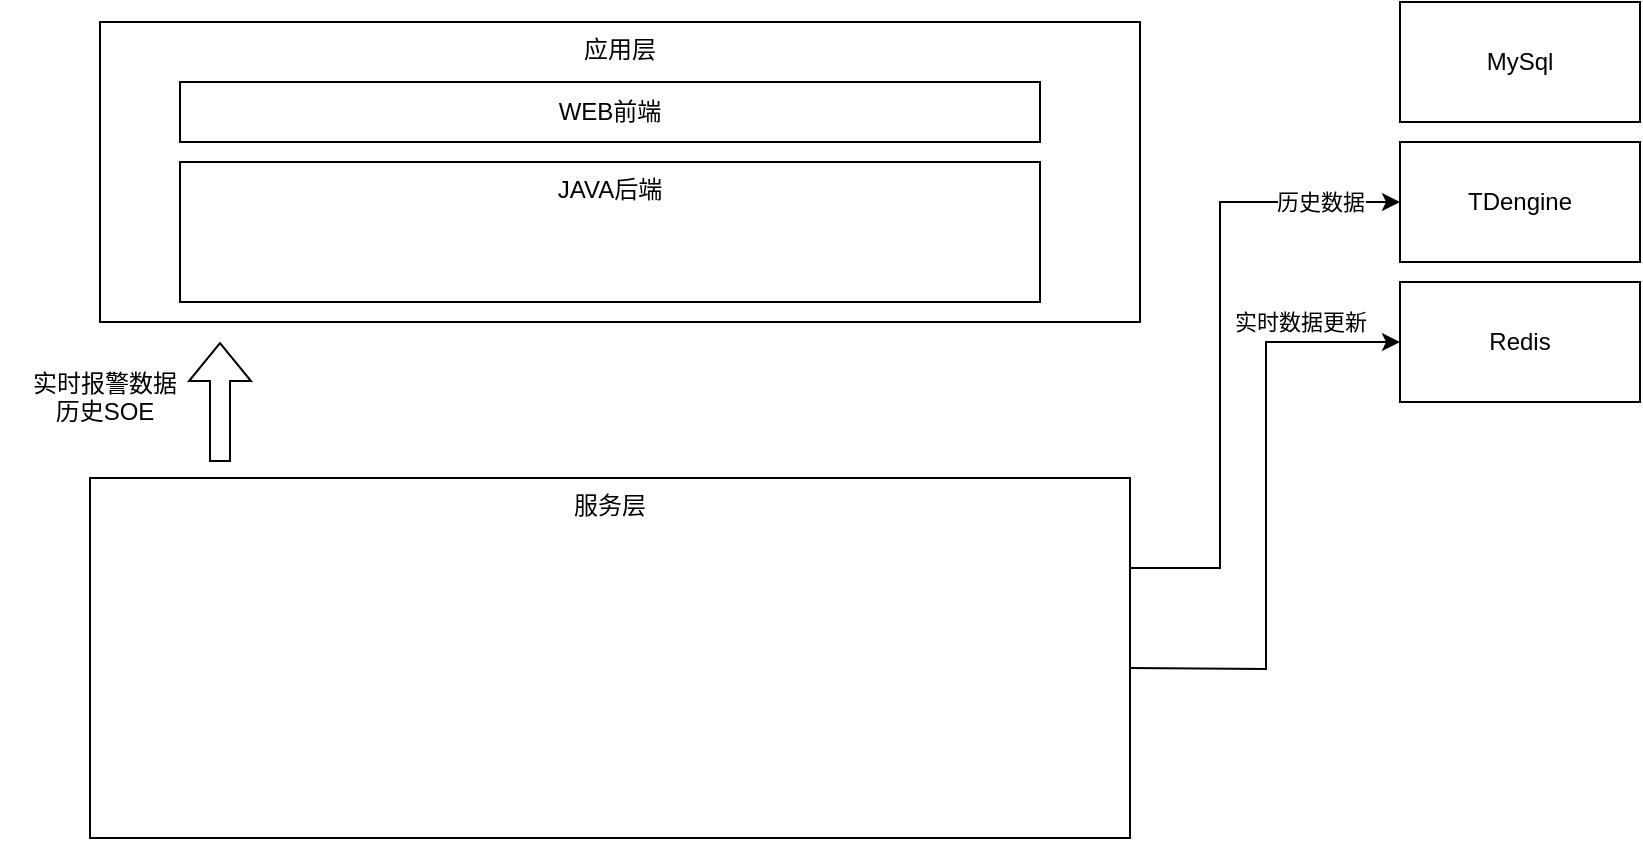
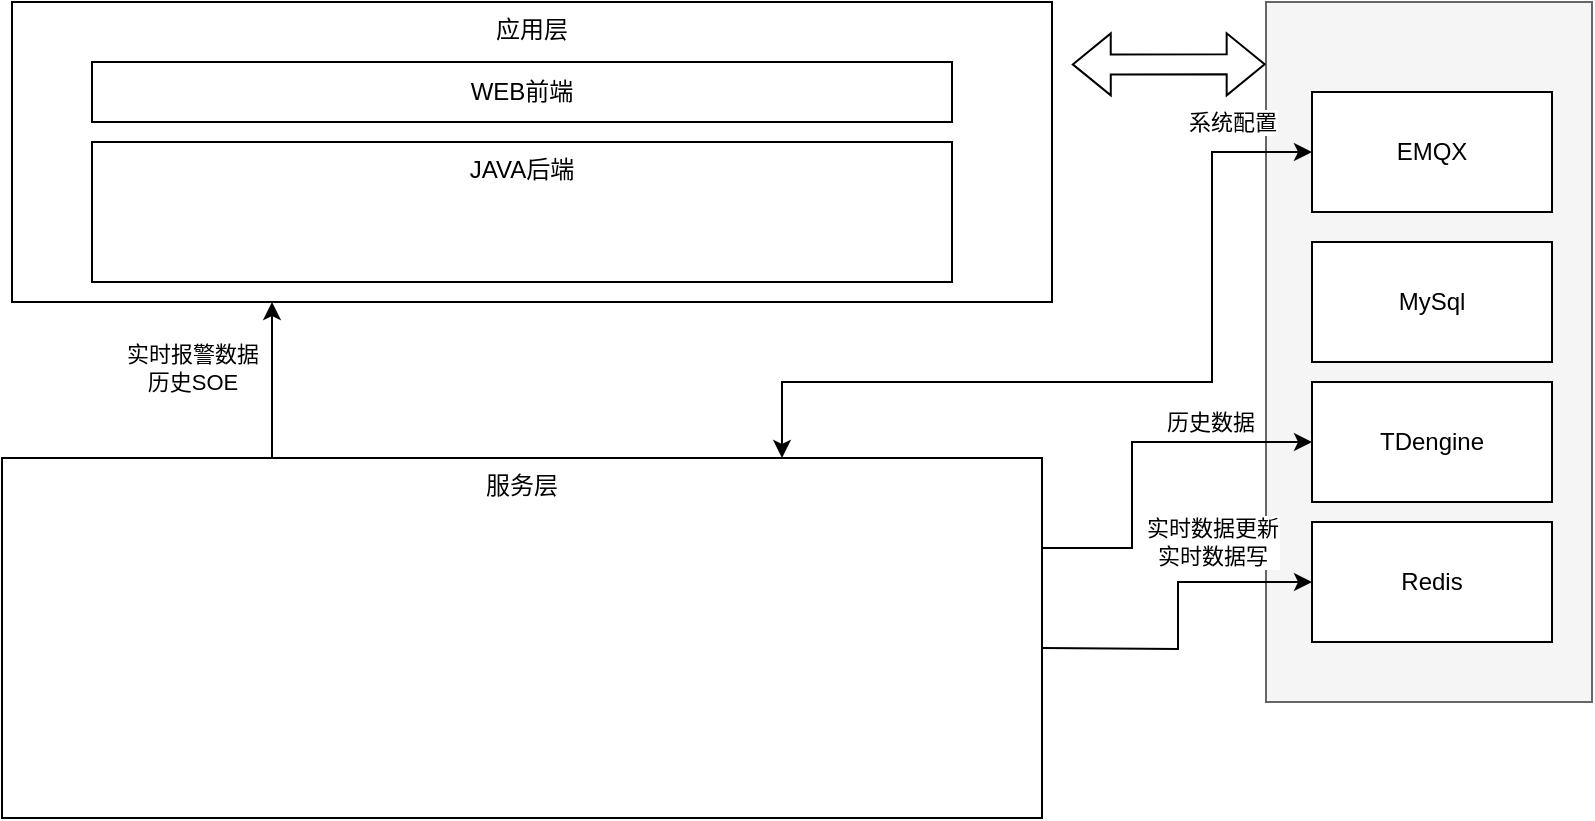
<mxfile host="app.diagrams.net">
  <diagram name="第 1 页" id="pox43T1xOEXjTd9FCBCb">
    <mxGraphModel dx="1030" dy="571" grid="1" gridSize="10" guides="1" tooltips="1" connect="1" arrows="1" fold="1" page="1" pageScale="1" pageWidth="827" pageHeight="1169" math="0" shadow="0">
      <root>
        <mxCell id="0" />
        <mxCell id="1" parent="0" />
+         <mxCell id="xMZXzjuvX-VrFNcZFtR1-13" parent="1" style="rounded=0;whiteSpace=wrap;html=1;fillColor=#f5f5f5;fontColor=#333333;strokeColor=#666666;" value="" vertex="1">
+           <mxGeometry height="350" width="163" x="648" y="110" as="geometry" />
+         </mxCell>
        <mxCell id="rKJJU_Trjp2D-k5HkyLU-1" parent="1" style="rounded=0;whiteSpace=wrap;html=1;verticalAlign=top;" value="应用层" vertex="1">
-           <mxGeometry height="150" width="520" x="80" y="140" as="geometry" />
+           <mxGeometry height="150" width="520" x="21" y="110" as="geometry" />
        </mxCell>
        <mxCell id="rKJJU_Trjp2D-k5HkyLU-2" parent="1" style="rounded=0;whiteSpace=wrap;html=1;" value="WEB前端" vertex="1">
-           <mxGeometry height="30" width="430" x="120" y="170" as="geometry" />
+           <mxGeometry height="30" width="430" x="61" y="140" as="geometry" />
        </mxCell>
        <mxCell id="rKJJU_Trjp2D-k5HkyLU-4" parent="1" style="rounded=0;whiteSpace=wrap;html=1;verticalAlign=top;" value="JAVA后端" vertex="1">
-           <mxGeometry height="70" width="430" x="120" y="210" as="geometry" />
+           <mxGeometry height="70" width="430" x="61" y="180" as="geometry" />
        </mxCell>
        <mxCell id="xMZXzjuvX-VrFNcZFtR1-2" edge="1" parent="1" style="edgeStyle=orthogonalEdgeStyle;rounded=0;orthogonalLoop=1;jettySize=auto;html=1;exitX=1;exitY=0.25;exitDx=0;exitDy=0;entryX=0;entryY=0.5;entryDx=0;entryDy=0;" target="rKJJU_Trjp2D-k5HkyLU-8">
          <mxGeometry relative="1" as="geometry">
-             <mxPoint x="595" y="463" as="sourcePoint" />
-             <mxPoint x="730" y="350" as="targetPoint" />
+             <mxPoint x="536" y="433" as="sourcePoint" />
+             <mxPoint x="671" y="320" as="targetPoint" />
          </mxGeometry>
        </mxCell>
-         <mxCell id="xMZXzjuvX-VrFNcZFtR1-3" connectable="0" parent="xMZXzjuvX-VrFNcZFtR1-2" style="edgeLabel;html=1;align=center;verticalAlign=middle;resizable=0;points=[];" value="实时数据更新" vertex="1">
+         <mxCell id="xMZXzjuvX-VrFNcZFtR1-3" connectable="0" parent="xMZXzjuvX-VrFNcZFtR1-2" style="edgeLabel;html=1;align=center;verticalAlign=middle;resizable=0;points=[];" value="&lt;div&gt;实时数据更新&lt;/div&gt;&lt;div&gt;实时数据写&lt;/div&gt;" vertex="1">
          <mxGeometry relative="1" x="0.1073" as="geometry">
-             <mxPoint x="17" y="-76" as="offset" />
+             <mxPoint x="17" y="-28" as="offset" />
          </mxGeometry>
        </mxCell>
        <mxCell id="rKJJU_Trjp2D-k5HkyLU-5" parent="1" style="rounded=0;whiteSpace=wrap;html=1;verticalAlign=top;" value="服务层" vertex="1">
-           <mxGeometry height="180" width="520" x="75" y="368" as="geometry" />
+           <mxGeometry height="180" width="520" x="16" y="338" as="geometry" />
        </mxCell>
        <mxCell id="rKJJU_Trjp2D-k5HkyLU-6" parent="1" style="rounded=0;whiteSpace=wrap;html=1;" value="MySql" vertex="1">
-           <mxGeometry height="60" width="120" x="730" y="130" as="geometry" />
+           <mxGeometry height="60" width="120" x="671" y="230" as="geometry" />
        </mxCell>
        <mxCell id="rKJJU_Trjp2D-k5HkyLU-7" parent="1" style="rounded=0;whiteSpace=wrap;html=1;" value="TDengine" vertex="1">
-           <mxGeometry height="60" width="120" x="730" y="200" as="geometry" />
+           <mxGeometry height="60" width="120" x="671" y="300" as="geometry" />
        </mxCell>
        <mxCell id="rKJJU_Trjp2D-k5HkyLU-8" parent="1" style="rounded=0;whiteSpace=wrap;html=1;" value="Redis" vertex="1">
-           <mxGeometry height="60" width="120" x="730" y="270" as="geometry" />
-         </mxCell>
-         <mxCell id="rKJJU_Trjp2D-k5HkyLU-9" edge="1" parent="1" style="shape=flexArrow;endArrow=classic;html=1;rounded=0;" value="">
-           <mxGeometry height="50" relative="1" width="50" as="geometry">
-             <mxPoint x="140" y="360" as="sourcePoint" />
-             <mxPoint x="140" y="300" as="targetPoint" />
-           </mxGeometry>
-         </mxCell>
-         <mxCell id="rKJJU_Trjp2D-k5HkyLU-10" parent="1" style="text;html=1;whiteSpace=wrap;strokeColor=none;fillColor=none;align=center;verticalAlign=middle;rounded=0;" value="&lt;div&gt;实时报警数据&lt;/div&gt;&lt;div&gt;历史SOE&lt;/div&gt;&lt;div&gt;&lt;br&gt;&lt;/div&gt;" vertex="1">
-           <mxGeometry height="30" width="105" x="30" y="320" as="geometry" />
+           <mxGeometry height="60" width="120" x="671" y="370" as="geometry" />
        </mxCell>
        <mxCell id="xMZXzjuvX-VrFNcZFtR1-4" edge="1" parent="1" source="rKJJU_Trjp2D-k5HkyLU-5" style="edgeStyle=orthogonalEdgeStyle;rounded=0;orthogonalLoop=1;jettySize=auto;html=1;exitX=1;exitY=0.25;exitDx=0;exitDy=0;entryX=0;entryY=0.5;entryDx=0;entryDy=0;" target="rKJJU_Trjp2D-k5HkyLU-7">
          <mxGeometry relative="1" as="geometry">
            <Array as="points">
-               <mxPoint x="640" y="413" />
-               <mxPoint x="640" y="230" />
+               <mxPoint x="581" y="383" />
+               <mxPoint x="581" y="330" />
            </Array>
-             <mxPoint x="700" y="593" as="sourcePoint" />
-             <mxPoint x="835" y="430" as="targetPoint" />
+             <mxPoint x="641" y="563" as="sourcePoint" />
+             <mxPoint x="776" y="400" as="targetPoint" />
          </mxGeometry>
        </mxCell>
        <mxCell id="xMZXzjuvX-VrFNcZFtR1-5" connectable="0" parent="xMZXzjuvX-VrFNcZFtR1-4" style="edgeLabel;html=1;align=center;verticalAlign=middle;resizable=0;points=[];" value="历史数据" vertex="1">
          <mxGeometry relative="1" x="0.1073" as="geometry">
-             <mxPoint x="50" y="-52" as="offset" />
+             <mxPoint x="33" y="-10" as="offset" />
+           </mxGeometry>
+         </mxCell>
+         <mxCell id="xMZXzjuvX-VrFNcZFtR1-6" edge="1" parent="1" style="endArrow=classic;html=1;rounded=0;entryX=0.25;entryY=1;entryDx=0;entryDy=0;" target="rKJJU_Trjp2D-k5HkyLU-1" value="">
+           <mxGeometry height="50" relative="1" width="50" as="geometry">
+             <mxPoint x="151" y="338" as="sourcePoint" />
+             <mxPoint x="201" y="288" as="targetPoint" />
+           </mxGeometry>
+         </mxCell>
+         <mxCell id="xMZXzjuvX-VrFNcZFtR1-7" connectable="0" parent="xMZXzjuvX-VrFNcZFtR1-6" style="edgeLabel;html=1;align=center;verticalAlign=middle;resizable=0;points=[];" value="&lt;div&gt;实时报警数据&lt;/div&gt;&lt;div&gt;历史SOE&lt;/div&gt;" vertex="1">
+           <mxGeometry relative="1" x="0.1487" as="geometry">
+             <mxPoint x="-40" as="offset" />
+           </mxGeometry>
+         </mxCell>
+         <mxCell id="xMZXzjuvX-VrFNcZFtR1-10" parent="1" style="rounded=0;whiteSpace=wrap;html=1;" value="EMQX" vertex="1">
+           <mxGeometry height="60" width="120" x="671" y="155" as="geometry" />
+         </mxCell>
+         <mxCell id="xMZXzjuvX-VrFNcZFtR1-11" edge="1" parent="1" source="rKJJU_Trjp2D-k5HkyLU-5" style="endArrow=classic;startArrow=classic;html=1;rounded=0;entryX=0;entryY=0.5;entryDx=0;entryDy=0;edgeStyle=orthogonalEdgeStyle;exitX=0.75;exitY=0;exitDx=0;exitDy=0;" target="xMZXzjuvX-VrFNcZFtR1-10" value="">
+           <mxGeometry height="50" relative="1" width="50" as="geometry">
+             <Array as="points">
+               <mxPoint x="406" y="300" />
+               <mxPoint x="621" y="300" />
+               <mxPoint x="621" y="185" />
+             </Array>
+             <mxPoint x="481" y="300" as="sourcePoint" />
+             <mxPoint x="521" y="288" as="targetPoint" />
+           </mxGeometry>
+         </mxCell>
+         <mxCell id="xMZXzjuvX-VrFNcZFtR1-12" connectable="0" parent="xMZXzjuvX-VrFNcZFtR1-11" style="edgeLabel;html=1;align=center;verticalAlign=middle;resizable=0;points=[];" value="系统配置" vertex="1">
+           <mxGeometry relative="1" x="0.5828" y="2" as="geometry">
+             <mxPoint x="12" y="-52" as="offset" />
+           </mxGeometry>
+         </mxCell>
+         <mxCell id="xMZXzjuvX-VrFNcZFtR1-14" edge="1" parent="1" source="rKJJU_Trjp2D-k5HkyLU-1" style="shape=flexArrow;endArrow=classic;startArrow=classic;html=1;rounded=0;entryX=-0.001;entryY=0.089;entryDx=0;entryDy=0;entryPerimeter=0;exitX=1.019;exitY=0.208;exitDx=0;exitDy=0;exitPerimeter=0;" target="xMZXzjuvX-VrFNcZFtR1-13" value="">
+           <mxGeometry height="100" relative="1" width="100" as="geometry">
+             <mxPoint x="571" y="140" as="sourcePoint" />
+             <mxPoint x="671" y="40" as="targetPoint" />
          </mxGeometry>
        </mxCell>
      </root>
    </mxGraphModel>
  </diagram>
</mxfile>
